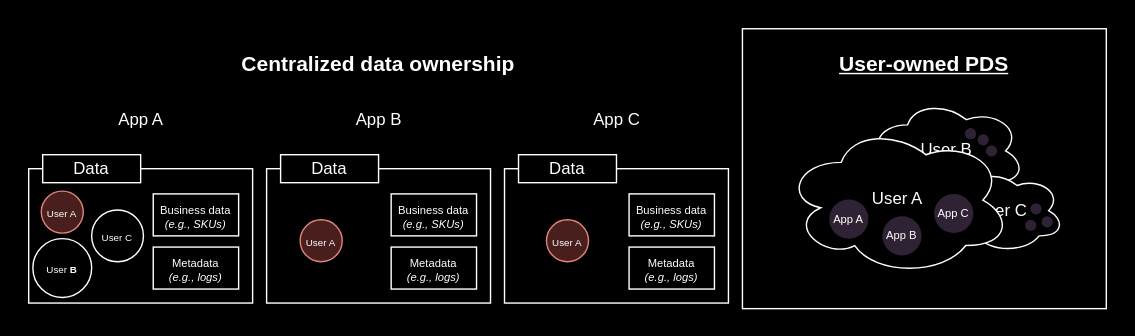
basicdb/basic-docs keeps this draw.io diagram as images/DataFragmentation.svg. Above is the earlier version. Source tidied: cells renumbered, new cells last; positions are measured from the earlier drawing's top-left corner, leaving out a move shared by most shapes.
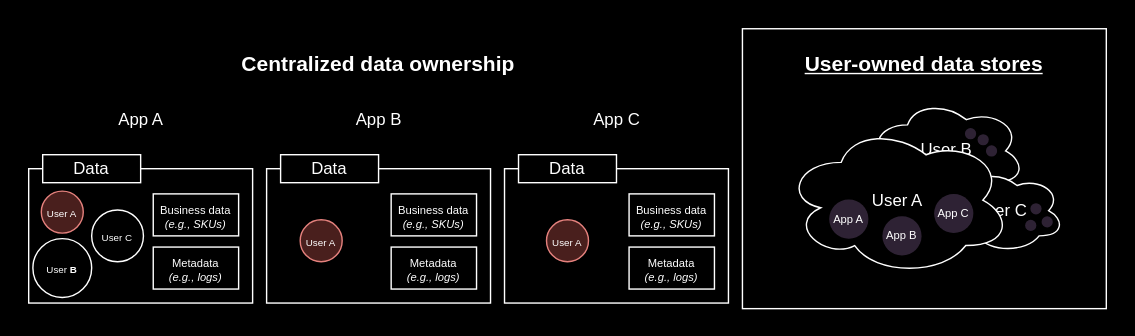
The same file after the commit.

Commit message:
Simplified language for userowned data stores

The edit, as a diff of the source:
```diff
@@ -71,8 +71,8 @@
     <mxCell id="24" style="rounded=0;whiteSpace=wrap;html=1;" parent="1" vertex="1">
       <mxGeometry x="530" y="20" width="260" height="200" as="geometry" />
     </mxCell>
-    <mxCell id="25" value="&lt;font style=&quot;font-size: 15px;&quot;&gt;User-owned PDS&lt;/font&gt;" style="text;html=1;align=center;verticalAlign=middle;whiteSpace=wrap;rounded=0;fontStyle=5;" parent="1" vertex="1">
-      <mxGeometry x="576.2" y="30" width="167.5" height="30" as="geometry" />
+    <mxCell id="25" value="&lt;font style=&quot;font-size: 15px;&quot;&gt;User-owned data stores&lt;/font&gt;" style="text;html=1;align=center;verticalAlign=middle;whiteSpace=wrap;rounded=0;fontStyle=5;" parent="1" vertex="1">
+      <mxGeometry x="573.1" y="30" width="173.8" height="30" as="geometry" />
     </mxCell>
     <mxCell id="26" value="User B" style="ellipse;shape=cloud;whiteSpace=wrap;html=1;" parent="1" vertex="1">
       <mxGeometry x="620" y="70" width="112" height="74.7" as="geometry" />
```
